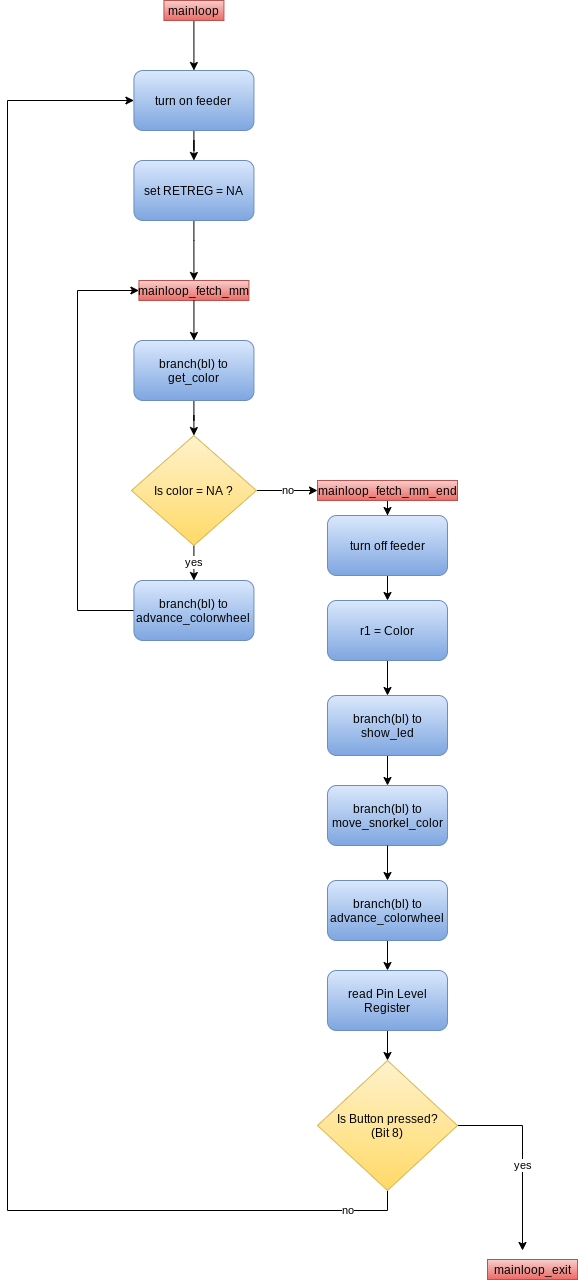
Earlier version of the draw.io export diagrams/export/Programmablauf_mainloop.png (DerToaster98/SysProgTIT18). Source tidied: cells renumbered, new cells last; positions are measured from the earlier drawing's top-left corner, leaving out a move shared by most shapes.
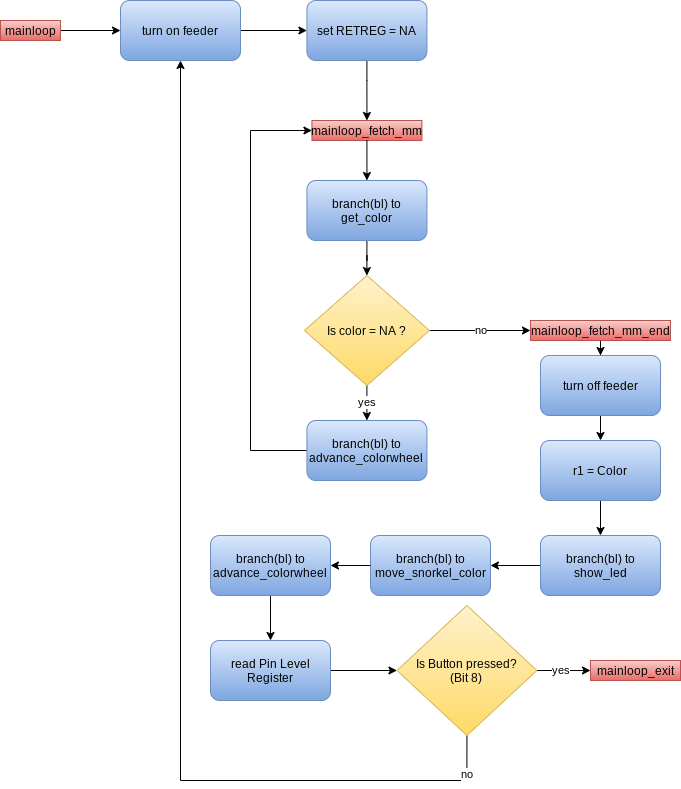
The same diagram one commit later.

What changed in the source:
```diff
@@ -2,42 +2,35 @@
   <root>
     <mxCell id="0" />
     <mxCell id="1" parent="0" />
-    <mxCell id="2" style="edgeStyle=orthogonalEdgeStyle;rounded=0;jettySize=auto;html=1;exitX=0.5;exitY=1;exitDx=0;exitDy=0;entryX=0.5;entryY=0;entryDx=0;entryDy=0;" parent="1" edge="1" source="3" target="32">
+    <mxCell id="2" style="edgeStyle=orthogonalEdgeStyle;rounded=0;jettySize=auto;html=1;exitX=0.5;exitY=1;exitDx=0;exitDy=0;entryX=0;entryY=0.5;entryDx=0;entryDy=0;" parent="1" edge="1" source="3" target="32">
       <mxGeometry relative="1" as="geometry">
         <Array as="points">
-          <mxPoint x="186.4" y="70" />
-          <mxPoint x="186.4" y="70" />
+          <mxPoint x="-150" y="190" />
         </Array>
       </mxGeometry>
     </mxCell>
     <mxCell id="3" value="mainloop" style="text;html=1;strokeColor=#b85450;fillColor=#f8cecc;align=center;verticalAlign=middle;whiteSpace=wrap;rounded=0;gradientColor=#ea6b66;" parent="1" vertex="1">
-      <mxGeometry x="156.4" width="60" height="20" as="geometry" />
+      <mxGeometry x="-180" y="180" width="60" height="20" as="geometry" />
     </mxCell>
     <mxCell id="4" style="edgeStyle=orthogonalEdgeStyle;rounded=0;jettySize=auto;html=1;" parent="1" edge="1" source="5" target="8">
       <mxGeometry relative="1" as="geometry" />
     </mxCell>
     <mxCell id="5" value="read Pin Level Register" style="rounded=1;whiteSpace=wrap;html=1;gradientColor=#7ea6e0;fillColor=#dae8fc;strokeColor=#6c8ebf;" parent="1" vertex="1">
-      <mxGeometry x="320" y="970" width="120" height="60" as="geometry" />
+      <mxGeometry x="30" y="800" width="120" height="60" as="geometry" />
     </mxCell>
-    <mxCell id="6" value="no" style="edgeStyle=orthogonalEdgeStyle;rounded=0;jettySize=auto;html=1;entryX=0;entryY=0.5;entryDx=0;entryDy=0;" parent="1" edge="1" source="8" target="32">
+    <mxCell id="6" value="no" style="edgeStyle=orthogonalEdgeStyle;rounded=0;jettySize=auto;html=1;entryX=0.5;entryY=1;entryDx=0;entryDy=0;exitX=0.5;exitY=1;exitDx=0;exitDy=0;" parent="1" edge="1" source="8" target="32">
       <mxGeometry x="-0.93" relative="1" as="geometry">
         <Array as="points">
-          <mxPoint x="380" y="1210" />
-          <mxPoint y="1210" />
-          <mxPoint y="100" />
+          <mxPoint x="286" y="940" />
+          <mxPoint y="940" />
         </Array>
       </mxGeometry>
     </mxCell>
-    <mxCell id="7" value="yes" style="edgeStyle=orthogonalEdgeStyle;rounded=0;jettySize=auto;html=1;entryX=0.5;entryY=0;entryDx=0;entryDy=0;exitX=1;exitY=0.5;exitDx=0;exitDy=0;" parent="1" edge="1" source="8">
-      <mxGeometry x="0.11" relative="1" as="geometry">
-        <mxPoint x="515" y="1250" as="targetPoint" />
-        <Array as="points">
-          <mxPoint x="515" y="1125" />
-        </Array>
-      </mxGeometry>
+    <mxCell id="7" value="yes" style="edgeStyle=orthogonalEdgeStyle;rounded=0;jettySize=auto;html=1;exitX=1;exitY=0.5;exitDx=0;exitDy=0;entryX=0;entryY=0.5;entryDx=0;entryDy=0;" parent="1" edge="1" source="8" target="30">
+      <mxGeometry x="-0.12" relative="1" as="geometry" />
     </mxCell>
     <mxCell id="8" value="Is Button pressed?&lt;br&gt;(Bit 8)" style="rhombus;whiteSpace=wrap;html=1;gradientColor=#ffd966;fillColor=#fff2cc;strokeColor=#d6b656;" parent="1" vertex="1">
-      <mxGeometry x="310" y="1060" width="140" height="130" as="geometry" />
+      <mxGeometry x="216.4" y="765" width="140" height="130" as="geometry" />
     </mxCell>
     <mxCell id="9" value="mainloop_fetch_mm" style="text;html=1;strokeColor=#b85450;fillColor=#f8cecc;align=center;verticalAlign=middle;whiteSpace=wrap;rounded=0;gradientColor=#ea6b66;" parent="1" vertex="1">
       <mxGeometry x="131.4" y="280" width="110" height="20" as="geometry" />
@@ -75,46 +68,46 @@
       <mxGeometry relative="1" as="geometry" />
     </mxCell>
     <mxCell id="19" value="mainloop_fetch_mm_end" style="text;html=1;strokeColor=#b85450;fillColor=#f8cecc;align=center;verticalAlign=middle;whiteSpace=wrap;rounded=0;gradientColor=#ea6b66;" parent="1" vertex="1">
-      <mxGeometry x="310" y="480" width="140" height="20" as="geometry" />
+      <mxGeometry x="350" y="480" width="140" height="20" as="geometry" />
     </mxCell>
     <mxCell id="20" style="edgeStyle=orthogonalEdgeStyle;rounded=0;jettySize=auto;html=1;" parent="1" edge="1" source="21" target="23">
       <mxGeometry relative="1" as="geometry" />
     </mxCell>
     <mxCell id="21" value="turn off feeder" style="rounded=1;whiteSpace=wrap;html=1;gradientColor=#7ea6e0;fillColor=#dae8fc;strokeColor=#6c8ebf;" parent="1" vertex="1">
-      <mxGeometry x="320" y="515" width="120" height="60" as="geometry" />
+      <mxGeometry x="360" y="515" width="120" height="60" as="geometry" />
     </mxCell>
     <mxCell id="22" style="edgeStyle=orthogonalEdgeStyle;rounded=0;jettySize=auto;html=1;" parent="1" edge="1" source="23" target="25">
       <mxGeometry relative="1" as="geometry" />
     </mxCell>
     <mxCell id="23" value="r1 = Color" style="rounded=1;whiteSpace=wrap;html=1;gradientColor=#7ea6e0;fillColor=#dae8fc;strokeColor=#6c8ebf;" parent="1" vertex="1">
-      <mxGeometry x="320" y="600" width="120" height="60" as="geometry" />
+      <mxGeometry x="360" y="600" width="120" height="60" as="geometry" />
     </mxCell>
-    <mxCell id="24" style="edgeStyle=orthogonalEdgeStyle;rounded=0;jettySize=auto;html=1;" parent="1" edge="1" source="25" target="26">
+    <mxCell id="24" style="edgeStyle=orthogonalEdgeStyle;rounded=0;jettySize=auto;html=1;entryX=1;entryY=0.5;entryDx=0;entryDy=0;" parent="1" edge="1" source="25" target="26">
       <mxGeometry relative="1" as="geometry" />
     </mxCell>
     <mxCell id="25" value="branch(bl) to show_led" style="rounded=1;whiteSpace=wrap;html=1;gradientColor=#7ea6e0;fillColor=#dae8fc;strokeColor=#6c8ebf;" parent="1" vertex="1">
-      <mxGeometry x="320" y="695" width="120" height="60" as="geometry" />
+      <mxGeometry x="360" y="695" width="120" height="60" as="geometry" />
     </mxCell>
     <mxCell id="26" value="branch(bl) to move_snorkel_color" style="rounded=1;whiteSpace=wrap;html=1;gradientColor=#7ea6e0;fillColor=#dae8fc;strokeColor=#6c8ebf;" parent="1" vertex="1">
-      <mxGeometry x="320" y="785" width="120" height="60" as="geometry" />
+      <mxGeometry x="190" y="695" width="120" height="60" as="geometry" />
     </mxCell>
-    <mxCell id="27" style="edgeStyle=orthogonalEdgeStyle;rounded=0;jettySize=auto;html=1;exitX=0.5;exitY=1;exitDx=0;exitDy=0;" parent="1" edge="1" source="26" target="29">
+    <mxCell id="27" style="edgeStyle=orthogonalEdgeStyle;rounded=0;jettySize=auto;html=1;exitX=0;exitY=0.5;exitDx=0;exitDy=0;" parent="1" edge="1" source="26" target="29">
       <mxGeometry relative="1" as="geometry" />
     </mxCell>
     <mxCell id="28" style="edgeStyle=orthogonalEdgeStyle;rounded=0;jettySize=auto;html=1;entryX=0.5;entryY=0;entryDx=0;entryDy=0;" parent="1" edge="1" source="29" target="5">
       <mxGeometry relative="1" as="geometry" />
     </mxCell>
     <mxCell id="29" value="branch(bl) to advance_colorwheel" style="rounded=1;whiteSpace=wrap;html=1;gradientColor=#7ea6e0;fillColor=#dae8fc;strokeColor=#6c8ebf;" parent="1" vertex="1">
-      <mxGeometry x="320" y="880" width="120" height="60" as="geometry" />
+      <mxGeometry x="30" y="695" width="120" height="60" as="geometry" />
     </mxCell>
     <mxCell id="30" value="mainloop_exit" style="text;html=1;strokeColor=#b85450;fillColor=#f8cecc;align=center;verticalAlign=middle;whiteSpace=wrap;rounded=0;gradientColor=#ea6b66;" parent="1" vertex="1">
-      <mxGeometry x="480" y="1259" width="90" height="20" as="geometry" />
+      <mxGeometry x="410" y="820" width="90" height="20" as="geometry" />
     </mxCell>
     <mxCell id="31" style="edgeStyle=orthogonalEdgeStyle;rounded=0;jettySize=auto;html=1;" parent="1" edge="1" source="32" target="34">
       <mxGeometry relative="1" as="geometry" />
     </mxCell>
     <mxCell id="32" value="turn on feeder" style="rounded=1;whiteSpace=wrap;html=1;gradientColor=#7ea6e0;fillColor=#dae8fc;strokeColor=#6c8ebf;" parent="1" vertex="1">
-      <mxGeometry x="126.4" y="70" width="120" height="60" as="geometry" />
+      <mxGeometry x="-60" y="160" width="120" height="60" as="geometry" />
     </mxCell>
     <mxCell id="33" style="edgeStyle=orthogonalEdgeStyle;rounded=0;jettySize=auto;html=1;entryX=0.5;entryY=0;entryDx=0;entryDy=0;" parent="1" edge="1" source="34" target="9">
       <mxGeometry relative="1" as="geometry">
```
